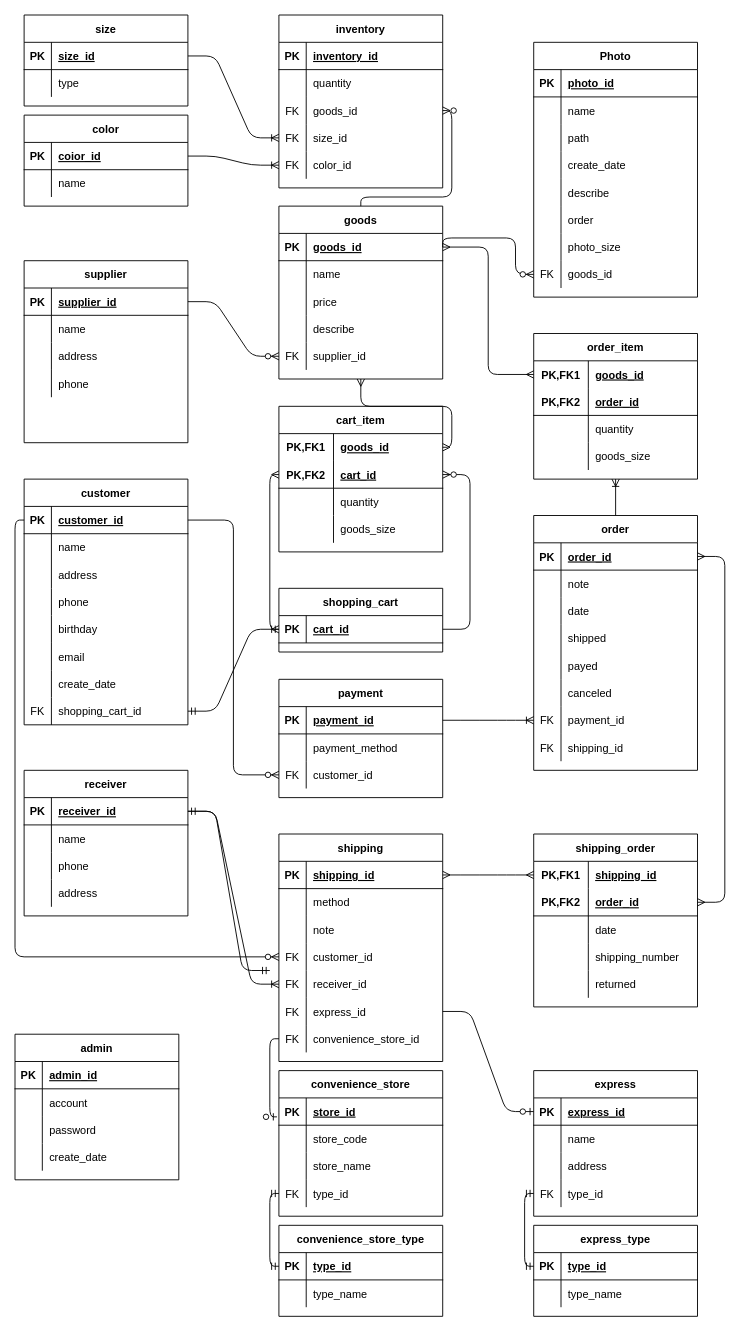
Earlier version of the draw.io diagram ermodel.drawio (BoshiLee/ecommerce). Source tidied: cells renumbered, new cells numbered last; positions are measured from the earlier drawing's top-left corner, leaving out a move shared by most shapes. Both pictures are drawn from the tidied source at 91%, with x=0, y=0 at pixel (15, 15).
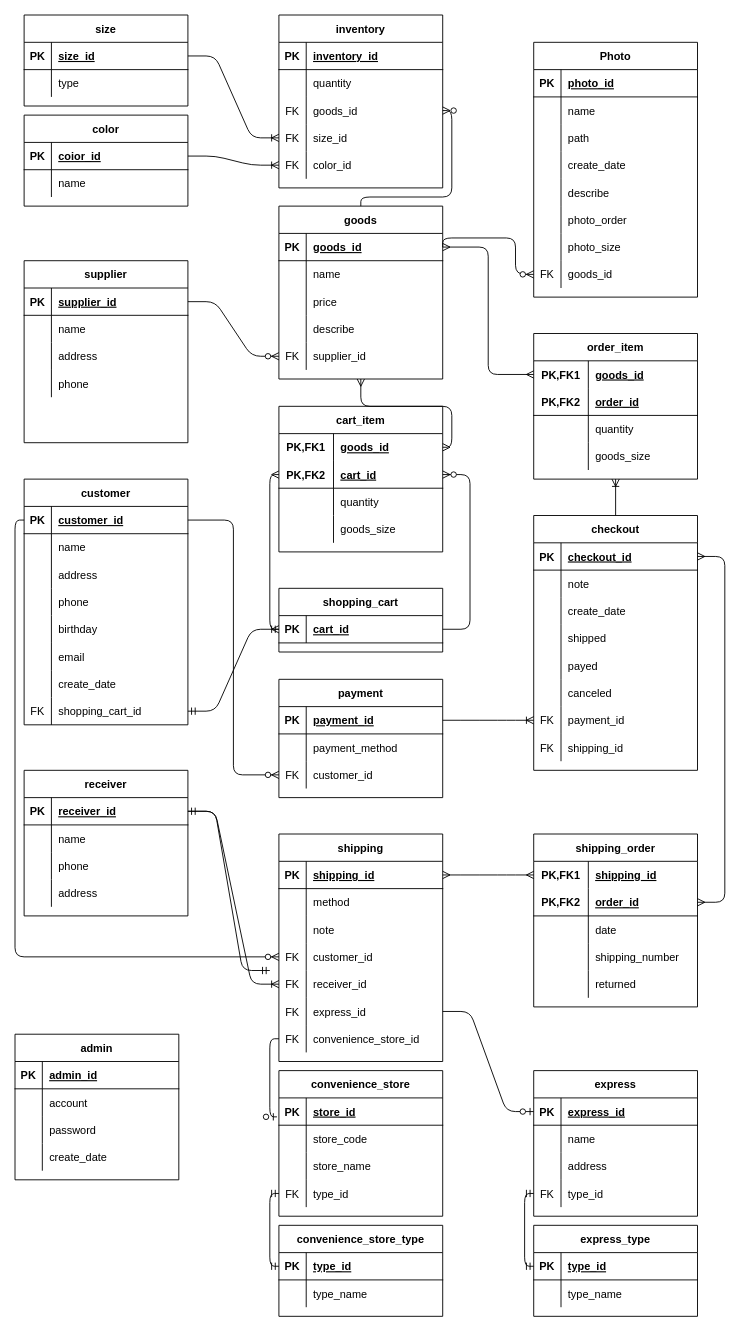
The same diagram, later.

The change refers to these unchanged cells:
```xml
<mxCell id="78" style="shape=partialRectangle;fillColor=none;top=0;left=0;bottom=1;right=0;points=[[0,0.5],[1,0.5]];portConstraint=eastwest;" parent="77" vertex="1">
  <mxGeometry y="30" width="180" height="30" as="geometry" />
</mxCell>
<mxCell id="84" style="shape=partialRectangle;fillColor=none;top=0;left=0;bottom=0;right=0;" parent="77" vertex="1">
  <mxGeometry y="90" width="180" height="30" as="geometry" />
</mxCell>
<mxCell id="178" style="shape=partialRectangle;fillColor=none;top=0;left=0;bottom=0;right=0;" parent="162" vertex="1">
  <mxGeometry y="180" width="180" height="30" as="geometry" />
</mxCell>
```

The edit, as a diff of the source:
```diff
@@
-    <mxCell id="77" value="order" style="shape=table;startSize=30;childLayout=tableLayout;rowLines=0;fontStyle=1;align=center;" parent="1" vertex="1">
+    <mxCell id="77" value="checkout" style="shape=table;startSize=30;childLayout=tableLayout;rowLines=0;fontStyle=1;align=center;" parent="1" vertex="1">
       <mxGeometry x="570" y="550" width="180" height="280" as="geometry" />
     </mxCell>
@@
-    <mxCell id="80" value="order_id" style="shape=partialRectangle;fillColor=none;top=0;left=0;bottom=0;right=0;align=left;spacingLeft=6;fontStyle=5;overflow=hidden;" parent="78" vertex="1">
+    <mxCell id="80" value="checkout_id" style="shape=partialRectangle;fillColor=none;top=0;left=0;bottom=0;right=0;align=left;spacingLeft=6;fontStyle=5;overflow=hidden;" parent="78" vertex="1">
       <mxGeometry x="30" width="150" height="30" as="geometry" />
     </mxCell>
@@
-    <mxCell id="86" value="date" style="shape=partialRectangle;fillColor=none;top=0;left=0;bottom=0;right=0;align=left;spacingLeft=6;overflow=hidden;" parent="84" vertex="1">
+    <mxCell id="86" value="create_date" style="shape=partialRectangle;fillColor=none;top=0;left=0;bottom=0;right=0;align=left;spacingLeft=6;overflow=hidden;" parent="84" vertex="1">
       <mxGeometry x="30" width="150" height="30" as="geometry" />
     </mxCell>
@@
-    <mxCell id="180" value="order" style="shape=partialRectangle;fillColor=none;top=0;left=0;bottom=0;right=0;align=left;spacingLeft=6;overflow=hidden;" parent="178" vertex="1">
+    <mxCell id="180" value="photo_order" style="shape=partialRectangle;fillColor=none;top=0;left=0;bottom=0;right=0;align=left;spacingLeft=6;overflow=hidden;" parent="178" vertex="1">
       <mxGeometry x="30" width="150" height="30" as="geometry" />
     </mxCell>
```
